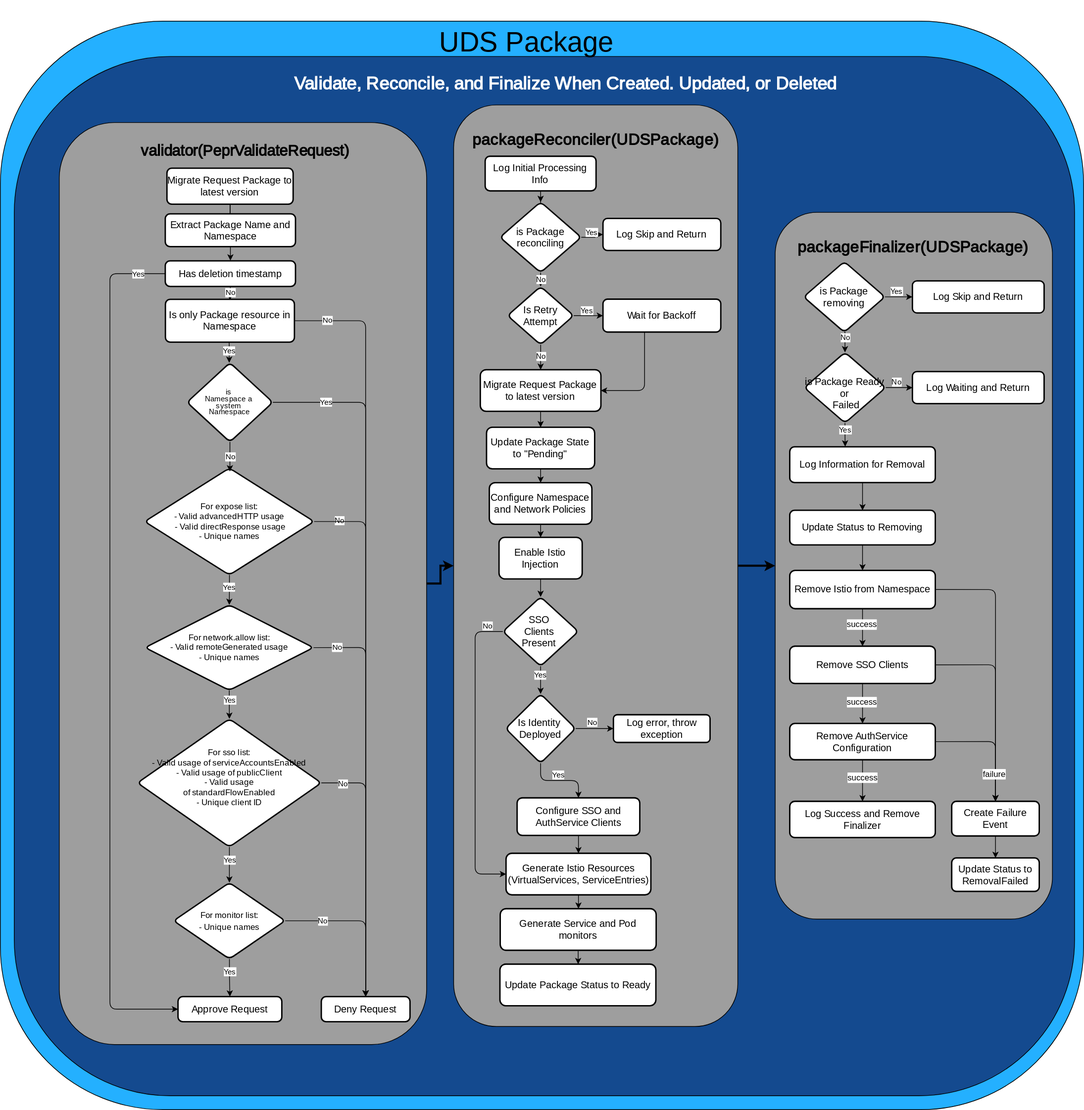
Before: docs/.images/diagrams/uds-core-operator-uds-package.svg, a diagram exported from draw.io (defenseunicorns/uds-core). Source tidied: cells renumbered, new cells last; positions are measured from the earlier drawing's top-left corner, leaving out a move shared by most shapes.
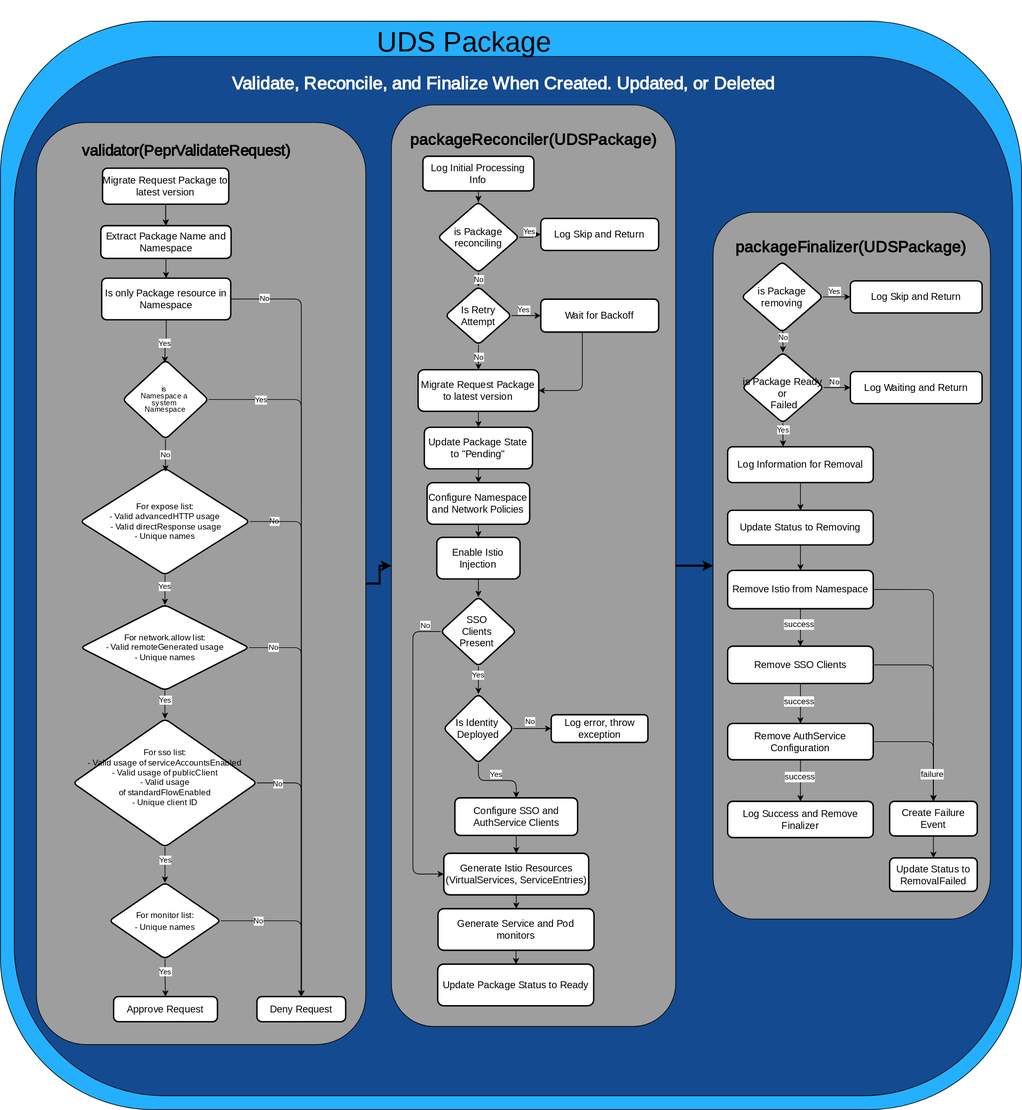
The same diagram one commit later.

What changed in the source:
```diff
@@ -3,10 +3,10 @@
     <mxCell id="0" />
     <mxCell id="1" value="UDS Package CreatedOrUpdated" parent="0" />
     <mxCell id="2" style="rounded=1;whiteSpace=wrap;html=1;fontSize=12;glass=0;strokeWidth=1;shadow=0;fillColor=light-dark(#24B0FF,#24B0FF);strokeColor=light-dark(#000000,#000000);fontFamily=Poppins;fontSource=https%3A%2F%2Ffonts.googleapis.com%2Fcss%3Ffamily%3DPoppins;" parent="1" vertex="1">
-      <mxGeometry width="1563" height="1571" as="geometry" />
+      <mxGeometry x="90" width="1473" height="1571" as="geometry" />
     </mxCell>
     <mxCell id="3" style="rounded=1;whiteSpace=wrap;html=1;fontSize=12;glass=0;strokeWidth=1;shadow=0;fillColor=light-dark(#144A8F,#144A8F);strokeColor=light-dark(#000000,#000000);fontFamily=Poppins;fontSource=https%3A%2F%2Ffonts.googleapis.com%2Fcss%3Ffamily%3DPoppins;" parent="1" vertex="1">
-      <mxGeometry x="20" y="51" width="1530" height="1500" as="geometry" />
+      <mxGeometry x="110" y="51" width="1440" height="1500" as="geometry" />
     </mxCell>
     <mxCell id="4" value="&lt;h1&gt;&lt;font style=&quot;font-size: 40px; font-weight: normal;&quot;&gt;UDS Package&lt;/font&gt;&lt;/h1&gt;" style="text;html=1;align=center;verticalAlign=middle;whiteSpace=wrap;rounded=0;fontColor=light-dark(#000000,#000000);fontFamily=Teko;fontSource=https%3A%2F%2Ffonts.googleapis.com%2Fcss%3Ffamily%3DTeko;fontSize=23;fontStyle=1;" parent="1" vertex="1">
       <mxGeometry x="628.8" y="13" width="260.3" height="30" as="geometry" />
@@ -302,13 +302,13 @@
       <mxGeometry relative="1" as="geometry" />
     </mxCell>
     <mxCell id="88" style="group;" parent="1" vertex="1">
-      <mxGeometry x="180" y="207" width="470" height="1270" as="geometry" />
+      <mxGeometry x="182" y="207" width="470" height="1270" as="geometry" />
     </mxCell>
     <mxCell id="89" style="rounded=1;whiteSpace=wrap;html=1;fontSize=12;glass=0;strokeWidth=1;shadow=0;fillColor=light-dark(#9E9E9E,#9E9E9E);strokeColor=light-dark(#000000,#000000);fontColor=light-dark(#000000,#000000);fontFamily=Poppins;fontSource=https%3A%2F%2Ffonts.googleapis.com%2Fcss%3Ffamily%3DPoppins;" parent="88" vertex="1">
-      <mxGeometry x="-95" y="-60.6" width="530" height="1330.6" as="geometry" />
+      <mxGeometry x="-40" y="-60.6" width="475" height="1330.6" as="geometry" />
     </mxCell>
     <mxCell id="90" value="&lt;h1&gt;&lt;font style=&quot;color: light-dark(rgb(0, 0, 0), rgb(0, 0, 0)); font-size: 22px;&quot;&gt;validator(PeprValidateRequest)&lt;/font&gt;&lt;/h1&gt;" style="text;html=1;align=center;verticalAlign=middle;whiteSpace=wrap;rounded=0;fontFamily=Poppins;fontSource=https%3A%2F%2Ffonts.googleapis.com%2Fcss%3Ffamily%3DPoppins;" parent="88" vertex="1">
-      <mxGeometry x="-27" y="-41.9" width="399.9" height="43.7" as="geometry" />
+      <mxGeometry x="-24" y="-41.9" width="399.9" height="43.7" as="geometry" />
     </mxCell>
     <mxCell id="91" style="edgeStyle=orthogonalEdgeStyle;rounded=0;jettySize=auto;html=1;" parent="88" edge="1" source="93" target="123">
       <mxGeometry relative="1" as="geometry" />
@@ -317,12 +317,11 @@
       <mxGeometry relative="1" as="geometry" />
     </mxCell>
     <mxCell id="93" value="Migrate Request Package to latest version" style="rounded=1;whiteSpace=wrap;html=1;absoluteArcSize=1;arcSize=14;strokeWidth=2;fontColor=light-dark(#000000,#000000);fillColor=light-dark(#FFFFFF,#FFFFFF);strokeColor=light-dark(#000000,#000000);fontSize=14;fontFamily=Poppins;fontSource=https%3A%2F%2Ffonts.googleapis.com%2Fcss%3Ffamily%3DPoppins;" parent="88" vertex="1">
-      <mxGeometry x="60.3" y="5.2" width="182.1" height="52" as="geometry" />
+      <mxGeometry x="55.3" y="5.2" width="182.1" height="52" as="geometry" />
     </mxCell>
-    <mxCell id="94" style="edgeStyle=orthogonalEdgeStyle;rounded=1;orthogonalLoop=1;jettySize=auto;html=1;entryX=0.5;entryY=0;entryDx=0;entryDy=0;strokeColor=light-dark(#000000,#000000);fontColor=light-dark(#000000,#000000);curved=0;" parent="88" edge="1">
+    <mxCell id="94" style="edgeStyle=orthogonalEdgeStyle;rounded=1;jettySize=auto;html=1;entryX=0.5;entryY=0;entryDx=0;entryDy=0;strokeColor=light-dark(#000000,#000000);fontColor=light-dark(#000000,#000000);curved=0;exitX=0.5;exitY=1;exitDx=0;exitDy=0;" parent="88" edge="1" source="98">
       <mxGeometry relative="1" as="geometry">
-        <mxPoint x="150.2" y="256.3" as="sourcePoint" />
-        <mxPoint x="150.2" y="286" as="targetPoint" />
+        <mxPoint x="145.2" y="286" as="targetPoint" />
       </mxGeometry>
     </mxCell>
     <mxCell id="95" value="&lt;font style=&quot;color: light-dark(rgb(0, 0, 0), rgb(0, 0, 0)); background-color: light-dark(rgb(255, 255, 255), rgb(255, 255, 255));&quot;&gt;Yes&lt;/font&gt;" style="edgeLabel;html=1;align=center;verticalAlign=middle;" parent="94" vertex="1">
@@ -337,7 +336,7 @@
       <mxGeometry x="-0.91" y="1" relative="1" as="geometry" />
     </mxCell>
     <mxCell id="98" value="Is only Package resource in Namespace" style="rounded=1;whiteSpace=wrap;html=1;absoluteArcSize=1;arcSize=14;strokeWidth=2;fontColor=light-dark(#000000,#000000);fillColor=light-dark(#FFFFFF,#FFFFFF);strokeColor=light-dark(#000000,#000000);fontSize=14;fontFamily=Poppins;fontSource=https%3A%2F%2Ffonts.googleapis.com%2Fcss%3Ffamily%3DPoppins;" parent="88" vertex="1">
-      <mxGeometry x="58.1" y="194.5" width="186.1" height="61.8" as="geometry" />
+      <mxGeometry x="54.1" y="164" width="186.2" height="60" as="geometry" />
     </mxCell>
     <mxCell id="99" style="edgeStyle=orthogonalEdgeStyle;rounded=1;jettySize=auto;html=1;strokeColor=light-dark(#000000,#000000);fontColor=light-dark(#000000,#000000);labelBackgroundColor=light-dark(#FFFFFF,#FFFFFF);fontFamily=Poppins;fontSource=https%3A%2F%2Ffonts.googleapis.com%2Fcss%3Ffamily%3DPoppins;entryX=0.5;entryY=0;entryDx=0;entryDy=0;curved=0;exitX=1;exitY=0.5;exitDx=0;exitDy=0;jumpStyle=none;" parent="88" edge="1" source="115" target="121">
       <mxGeometry relative="1" as="geometry" />
@@ -348,7 +347,7 @@
       </mxGeometry>
     </mxCell>
     <mxCell id="101" value="Approve Request" style="rounded=1;whiteSpace=wrap;html=1;absoluteArcSize=1;arcSize=14;strokeWidth=2;fontColor=light-dark(#000000,#000000);fillColor=light-dark(#FFFFFF,#FFFFFF);strokeColor=light-dark(#000000,#000000);fontSize=14;fontFamily=Poppins;fontSource=https%3A%2F%2Ffonts.googleapis.com%2Fcss%3Ffamily%3DPoppins;" parent="88" vertex="1">
-      <mxGeometry x="76.3" y="1200.8" width="149.8" height="36.4" as="geometry" />
+      <mxGeometry x="71.3" y="1200.8" width="149.8" height="36.4" as="geometry" />
     </mxCell>
     <mxCell id="102" style="edgeStyle=orthogonalEdgeStyle;rounded=1;jettySize=auto;html=1;strokeColor=light-dark(#000000,#000000);fontColor=light-dark(#000000,#000000);curved=0;entryX=0.5;entryY=0;entryDx=0;entryDy=0;" parent="88" edge="1" source="104" target="115">
       <mxGeometry relative="1" as="geometry" />
@@ -359,7 +358,7 @@
       </mxGeometry>
     </mxCell>
     <mxCell id="104" value="&lt;div&gt;&lt;span style=&quot;background-color: transparent;&quot;&gt;For expose list:&lt;/span&gt;&lt;/div&gt;- Valid advancedHTTP usage&lt;div&gt;&amp;nbsp;-&amp;nbsp;&lt;span style=&quot;background-color: transparent;&quot;&gt;Valid &lt;/span&gt;&lt;span style=&quot;background-color: transparent;&quot;&gt;directResponse usage&lt;/span&gt;&lt;/div&gt;&lt;div&gt;&lt;div&gt;- Unique names&lt;/div&gt;&lt;/div&gt;" style="rhombus;whiteSpace=wrap;html=1;rounded=1;arcSize=14;strokeWidth=2;fontColor=light-dark(#000000,#000000);fillColor=light-dark(#FFFFFF,#FFFFFF);strokeColor=light-dark(#000000,#000000);fontSize=12;fontFamily=Poppins;fontSource=https%3A%2F%2Ffonts.googleapis.com%2Fcss%3Ffamily%3DPoppins;" parent="88" vertex="1">
-      <mxGeometry x="28.2" y="438.1" width="244.5" height="154.2" as="geometry" />
+      <mxGeometry x="23.2" y="438.1" width="244.5" height="154.2" as="geometry" />
     </mxCell>
     <mxCell id="105" style="edgeStyle=orthogonalEdgeStyle;rounded=1;jettySize=auto;html=1;strokeColor=light-dark(#000000,#000000);entryX=0.5;entryY=0;entryDx=0;entryDy=0;fontColor=light-dark(#000000,#000000);curved=0;" parent="88" edge="1" source="107" target="121">
       <mxGeometry relative="1" as="geometry" />
@@ -370,7 +369,7 @@
       </mxGeometry>
     </mxCell>
     <mxCell id="107" value="&lt;div style=&quot;line-height: 90%;&quot;&gt;&lt;span style=&quot;background-color: transparent;&quot;&gt;&lt;font&gt;is&amp;nbsp;&lt;/font&gt;&lt;/span&gt;&lt;/div&gt;&lt;div style=&quot;line-height: 90%;&quot;&gt;&lt;font&gt;&lt;span style=&quot;background-color: transparent;&quot;&gt;Namespace&amp;nbsp;&lt;/span&gt;&lt;span style=&quot;background-color: transparent;&quot;&gt;a&amp;nbsp;&lt;/span&gt;&lt;/font&gt;&lt;/div&gt;&lt;div style=&quot;line-height: 90%;&quot;&gt;&lt;span style=&quot;background-color: transparent;&quot;&gt;&lt;font&gt;system&amp;nbsp;&lt;/font&gt;&lt;/span&gt;&lt;div&gt;&lt;div&gt;&lt;div&gt;&lt;span style=&quot;background-color: transparent;&quot;&gt;&lt;font&gt;Namespace&lt;/font&gt;&lt;/span&gt;&lt;/div&gt;&lt;/div&gt;&lt;/div&gt;&lt;/div&gt;" style="rhombus;whiteSpace=wrap;html=1;rounded=1;arcSize=14;strokeWidth=2;fontColor=light-dark(#000000,#000000);fillColor=light-dark(#FFFFFF,#FFFFFF);strokeColor=light-dark(#000000,#000000);fontSize=11;fontFamily=Poppins;fontSource=https%3A%2F%2Ffonts.googleapis.com%2Fcss%3Ffamily%3DPoppins;align=center;verticalAlign=middle;horizontal=1;" parent="88" vertex="1">
-      <mxGeometry x="89.2" y="286" width="123.9" height="114.3" as="geometry" />
+      <mxGeometry x="84.2" y="282" width="123.9" height="114.3" as="geometry" />
     </mxCell>
     <mxCell id="108" style="edgeStyle=orthogonalEdgeStyle;rounded=1;jettySize=auto;html=1;strokeColor=light-dark(#000000,#000000);fontColor=light-dark(#000000,#000000);labelBackgroundColor=light-dark(#FFFFFF,#FFFFFF);fontFamily=Poppins;fontSource=https%3A%2F%2Ffonts.googleapis.com%2Fcss%3Ffamily%3DPoppins;entryX=0.5;entryY=0;entryDx=0;entryDy=0;curved=0;" parent="88" edge="1" source="112" target="121">
       <mxGeometry relative="1" as="geometry" />
@@ -389,7 +388,7 @@
       </mxGeometry>
     </mxCell>
     <mxCell id="112" value="&lt;font style=&quot;font-size: 12px; font-weight: normal;&quot;&gt;For monitor list:&lt;/font&gt;&lt;div&gt;&lt;font style=&quot;font-size: 12px; font-weight: normal;&quot;&gt;- Unique names&lt;/font&gt;&lt;/div&gt;" style="rhombus;whiteSpace=wrap;html=1;rounded=1;arcSize=14;strokeWidth=2;fontStyle=1;fontColor=light-dark(#000000,#000000);fillColor=light-dark(#FFFFFF,#FFFFFF);strokeColor=light-dark(#000000,#000000);fontSize=14;fontFamily=Poppins;fontSource=https%3A%2F%2Ffonts.googleapis.com%2Fcss%3Ffamily%3DPoppins;" parent="88" vertex="1">
-      <mxGeometry x="69.9" y="1036.3" width="161.1" height="110.2" as="geometry" />
+      <mxGeometry x="64.9" y="1036.3" width="161.1" height="110.2" as="geometry" />
     </mxCell>
     <mxCell id="113" style="edgeStyle=orthogonalEdgeStyle;rounded=1;jettySize=auto;html=1;strokeColor=light-dark(#000000,#000000);fontColor=light-dark(#000000,#000000);labelBackgroundColor=light-dark(#FFFFFF,#FFFFFF);fontFamily=Poppins;fontSource=https%3A%2F%2Ffonts.googleapis.com%2Fcss%3Ffamily%3DPoppins;curved=0;exitX=0.5;exitY=1;exitDx=0;exitDy=0;entryX=0.5;entryY=0;entryDx=0;entryDy=0;" parent="88" edge="1" source="115" target="116">
       <mxGeometry relative="1" as="geometry" />
@@ -400,10 +399,10 @@
       </mxGeometry>
     </mxCell>
     <mxCell id="115" value="&lt;div&gt;&lt;span style=&quot;background-color: transparent;&quot;&gt;For network.allow list:&lt;/span&gt;&lt;/div&gt;&lt;div&gt;&lt;span style=&quot;background-color: transparent;&quot;&gt;- Valid remoteGenerated usage&lt;/span&gt;&lt;/div&gt;&lt;div&gt;- Unique names&lt;/div&gt;" style="rhombus;whiteSpace=wrap;html=1;rounded=1;arcSize=14;strokeWidth=2;fontColor=light-dark(#000000,#000000);fillColor=light-dark(#FFFFFF,#FFFFFF);strokeColor=light-dark(#000000,#000000);fontSize=12;fontFamily=Poppins;fontSource=https%3A%2F%2Ffonts.googleapis.com%2Fcss%3Ffamily%3DPoppins;" parent="88" vertex="1">
-      <mxGeometry x="28.7" y="635.5" width="243.2" height="123.3" as="geometry" />
+      <mxGeometry x="23.7" y="635.5" width="243.2" height="123.3" as="geometry" />
     </mxCell>
     <mxCell id="116" value="&lt;div&gt;&lt;font style=&quot;line-height: 80%;&quot;&gt;For sso list:&lt;/font&gt;&lt;/div&gt;&lt;div&gt;&lt;font style=&quot;background-color: transparent; line-height: 80%;&quot;&gt;- Valid usage of&amp;nbsp;&lt;/font&gt;&lt;span style=&quot;background-color: transparent;&quot;&gt;serviceAccountsEnabled&lt;/span&gt;&lt;/div&gt;&lt;div&gt;&lt;span style=&quot;background-color: transparent;&quot;&gt;- Valid usage of publicClient&lt;/span&gt;&lt;/div&gt;&lt;div&gt;&lt;div&gt;&lt;span style=&quot;background-color: transparent;&quot;&gt;- Valid usage&lt;br&gt;of&lt;/span&gt;&lt;span style=&quot;background-color: transparent;&quot;&gt;&amp;nbsp;standardFlowEnabled&lt;/span&gt;&lt;/div&gt;&lt;/div&gt;&lt;div&gt;&lt;div&gt;&lt;font style=&quot;line-height: 9.6px;&quot;&gt;- Unique client ID&lt;/font&gt;&lt;/div&gt;&lt;/div&gt;&lt;div&gt;&lt;font style=&quot;line-height: 9.6px;&quot;&gt;&lt;br&gt;&lt;/font&gt;&lt;/div&gt;" style="rhombus;whiteSpace=wrap;html=1;rounded=1;arcSize=14;strokeWidth=2;fontColor=light-dark(#000000,#000000);fillColor=light-dark(#FFFFFF,#FFFFFF);strokeColor=light-dark(#000000,#000000);fontSize=12;fontFamily=Poppins;fontSource=https%3A%2F%2Ffonts.googleapis.com%2Fcss%3Ffamily%3DPoppins;" parent="88" vertex="1">
-      <mxGeometry x="17.8" y="799.9" width="265.3" height="185" as="geometry" />
+      <mxGeometry x="12.8" y="799.9" width="265.3" height="185" as="geometry" />
     </mxCell>
     <mxCell id="117" style="edgeStyle=orthogonalEdgeStyle;rounded=1;jettySize=auto;html=1;strokeColor=light-dark(#000000,#000000);fontColor=light-dark(#000000,#000000);labelBackgroundColor=light-dark(#FFFFFF,#FFFFFF);fontFamily=Poppins;fontSource=https%3A%2F%2Ffonts.googleapis.com%2Fcss%3Ffamily%3DPoppins;entryX=0.5;entryY=0;entryDx=0;entryDy=0;curved=0;exitX=1;exitY=0.5;exitDx=0;exitDy=0;" parent="88" edge="1" source="116" target="121">
       <mxGeometry relative="1" as="geometry" />
@@ -422,13 +421,13 @@
       </mxGeometry>
     </mxCell>
     <mxCell id="121" value="Deny Request" style="rounded=1;whiteSpace=wrap;html=1;absoluteArcSize=1;arcSize=14;strokeWidth=2;fontColor=light-dark(#000000,#000000);fillColor=light-dark(#FFFFFF,#FFFFFF);strokeColor=light-dark(#000000,#000000);fontSize=14;fontFamily=Poppins;fontSource=https%3A%2F%2Ffonts.googleapis.com%2Fcss%3Ffamily%3DPoppins;" parent="88" vertex="1">
-      <mxGeometry x="283.1" y="1200.8" width="128" height="36.4" as="geometry" />
+      <mxGeometry x="278.1" y="1200.8" width="128" height="36.4" as="geometry" />
     </mxCell>
-    <mxCell id="122" style="edgeStyle=orthogonalEdgeStyle;rounded=1;jettySize=auto;html=1;entryX=0.5;entryY=0;entryDx=0;entryDy=0;curved=0;strokeColor=light-dark(#000000,#000000);" parent="88" edge="1" source="123" target="130">
+    <mxCell id="122" style="edgeStyle=orthogonalEdgeStyle;rounded=1;jettySize=auto;html=1;entryX=0.5;entryY=0;entryDx=0;entryDy=0;curved=0;strokeColor=light-dark(#000000,#000000);" parent="88" edge="1" source="123" target="98">
       <mxGeometry relative="1" as="geometry" />
     </mxCell>
     <mxCell id="123" value="Extract Package Name and Namespace" style="rounded=1;whiteSpace=wrap;html=1;absoluteArcSize=1;arcSize=14;strokeWidth=2;fontColor=light-dark(#000000,#000000);fillColor=light-dark(#FFFFFF,#FFFFFF);strokeColor=light-dark(#000000,#000000);fontSize=14;fontFamily=Poppins;fontSource=https%3A%2F%2Ffonts.googleapis.com%2Fcss%3Ffamily%3DPoppins;" parent="88" vertex="1">
-      <mxGeometry x="57.9" y="71.2" width="187.9" height="47.3" as="geometry" />
+      <mxGeometry x="52.9" y="88.2" width="187.9" height="47.3" as="geometry" />
     </mxCell>
     <mxCell id="124" style="edgeStyle=orthogonalEdgeStyle;rounded=1;jettySize=auto;html=1;exitX=1;exitY=0.5;exitDx=0;exitDy=0;entryX=0.5;entryY=0;entryDx=0;entryDy=0;strokeColor=light-dark(#000000,#000000);curved=0;" parent="88" edge="1" source="104" target="121">
       <mxGeometry relative="1" as="geometry" />
@@ -438,31 +437,6 @@
         <mxPoint x="20" y="181" as="offset" />
       </mxGeometry>
     </mxCell>
-    <mxCell id="126" style="edgeStyle=orthogonalEdgeStyle;rounded=1;jettySize=auto;html=1;entryX=0;entryY=0.5;entryDx=0;entryDy=0;curved=0;strokeColor=light-dark(#000000,#000000);" parent="88" edge="1" source="130" target="101">
-      <mxGeometry relative="1" as="geometry">
-        <Array as="points">
-          <mxPoint x="-22" y="157" />
-          <mxPoint x="-22" y="1219" />
-        </Array>
-      </mxGeometry>
-    </mxCell>
-    <mxCell id="127" value="&lt;font style=&quot;color: light-dark(rgb(0, 0, 0), rgb(0, 0, 0)); background-color: light-dark(rgb(255, 255, 255), rgb(255, 255, 255));&quot;&gt;Yes&lt;/font&gt;" style="edgeLabel;html=1;align=center;verticalAlign=middle;" parent="126" vertex="1">
-      <mxGeometry x="-0.94" relative="1" as="geometry" />
-    </mxCell>
-    <mxCell id="128" style="edgeStyle=orthogonalEdgeStyle;rounded=1;orthogonalLoop=1;jettySize=auto;html=1;entryX=0.5;entryY=0;entryDx=0;entryDy=0;curved=0;strokeColor=light-dark(#000000,#000000);" parent="88" edge="1">
-      <mxGeometry relative="1" as="geometry">
-        <mxPoint x="151.9" y="177" as="sourcePoint" />
-        <mxPoint x="151.2" y="195.5" as="targetPoint" />
-      </mxGeometry>
-    </mxCell>
-    <mxCell id="129" value="&lt;font style=&quot;color: light-dark(rgb(0, 0, 0), rgb(0, 0, 0)); background-color: light-dark(rgb(255, 255, 255), rgb(255, 255, 255));&quot;&gt;No&lt;/font&gt;" style="edgeLabel;html=1;align=center;verticalAlign=middle;" parent="128" vertex="1">
-      <mxGeometry x="-0.51" y="-2" relative="1" as="geometry">
-        <mxPoint x="2" y="3" as="offset" />
-      </mxGeometry>
-    </mxCell>
-    <mxCell id="130" value="Has deletion timestamp" style="rounded=1;whiteSpace=wrap;html=1;absoluteArcSize=1;arcSize=14;strokeWidth=2;fontColor=light-dark(#000000,#000000);fillColor=light-dark(#FFFFFF,#FFFFFF);strokeColor=light-dark(#000000,#000000);fontSize=14;fontFamily=Poppins;fontSource=https%3A%2F%2Ffonts.googleapis.com%2Fcss%3Ffamily%3DPoppins;" parent="88" vertex="1">
-      <mxGeometry x="57.9" y="139" width="187.9" height="37" as="geometry" />
-    </mxCell>
     <mxCell id="131" style="edgeStyle=orthogonalEdgeStyle;rounded=1;jettySize=auto;html=1;entryX=0.503;entryY=0.031;entryDx=0;entryDy=0;entryPerimeter=0;strokeColor=light-dark(#000000,#000000);curved=0;" parent="88" edge="1" source="107" target="104">
       <mxGeometry relative="1" as="geometry" />
     </mxCell>
```
